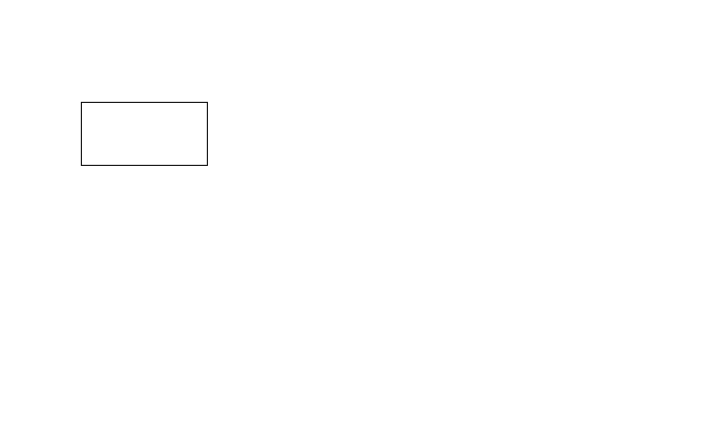
Before: vsearch.drawio in johnsondeng/drawio, a draw.io diagram. Source tidied: cells renumbered, new cells numbered last; positions are measured from the earlier drawing's top-left corner, leaving out a move shared by most shapes. Both pictures are drawn from the tidied source at 105%, with x=0, y=0 at pixel (81, 102).
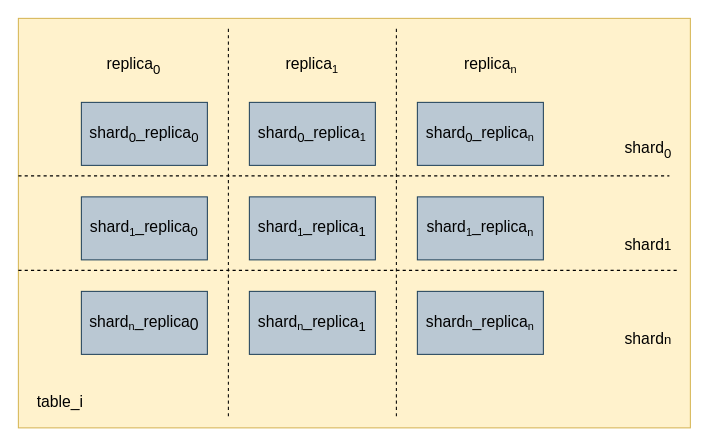
The same page after the edit.

What changed in the source:
```diff
@@
+    <mxCell id="3" style="rounded=0;whiteSpace=wrap;html=1;fillColor=#fff2cc;strokeColor=#d6b656;" parent="1" vertex="1">
+      <mxGeometry x="-60" y="-80" width="640" height="390" as="geometry" />
+    </mxCell>
-    <mxCell id="2" style="rounded=0;whiteSpace=wrap;html=1;" parent="1" vertex="1">
+    <mxCell id="2" value="&lt;font style=&quot;font-size: 15px&quot;&gt;shard&lt;sub&gt;0&lt;/sub&gt;_replica&lt;sub&gt;0&lt;/sub&gt;&lt;/font&gt;" style="rounded=0;whiteSpace=wrap;html=1;fillColor=#bac8d3;strokeColor=#23445d;" parent="1" vertex="1">
       <mxGeometry width="120" height="60" as="geometry" />
     </mxCell>
+    <mxCell id="4" value="&lt;font style=&quot;font-size: 15px&quot;&gt;shard&lt;/font&gt;&lt;font&gt;&lt;span style=&quot;font-size: 12.5px&quot;&gt;&lt;sub&gt;1&lt;/sub&gt;&lt;/span&gt;&lt;span style=&quot;font-size: 15px&quot;&gt;_replica&lt;/span&gt;&lt;span style=&quot;font-size: 15px&quot;&gt;&lt;sub&gt;0&lt;/sub&gt;&lt;/span&gt;&lt;/font&gt;" style="rounded=0;whiteSpace=wrap;html=1;fillColor=#bac8d3;strokeColor=#23445d;" parent="1" vertex="1">
+      <mxGeometry y="90" width="120" height="60" as="geometry" />
+    </mxCell>
+    <mxCell id="5" value="&lt;font style=&quot;font-size: 15px&quot;&gt;shard&lt;/font&gt;&lt;font style=&quot;font-size: 12.5px&quot;&gt;&lt;sub&gt;n&lt;/sub&gt;&lt;/font&gt;&lt;font&gt;&lt;span style=&quot;font-size: 15px&quot;&gt;_replica&lt;/span&gt;&lt;sub style=&quot;font-size: 15px&quot;&gt;0&lt;/sub&gt;&lt;/font&gt;" style="rounded=0;whiteSpace=wrap;html=1;fillColor=#bac8d3;strokeColor=#23445d;" parent="1" vertex="1">
+      <mxGeometry y="180" width="120" height="60" as="geometry" />
+    </mxCell>
+    <mxCell id="6" value="&lt;font style=&quot;font-size: 15px&quot;&gt;shard&lt;sub&gt;0&lt;/sub&gt;_replica&lt;/font&gt;&lt;font style=&quot;font-size: 12.5px&quot;&gt;&lt;sub&gt;1&lt;/sub&gt;&lt;/font&gt;" style="rounded=0;whiteSpace=wrap;html=1;fillColor=#bac8d3;strokeColor=#23445d;" parent="1" vertex="1">
+      <mxGeometry x="160" width="120" height="60" as="geometry" />
+    </mxCell>
+    <mxCell id="7" value="&lt;font style=&quot;font-size: 15px&quot;&gt;shard&lt;/font&gt;&lt;font style=&quot;font-size: 12.5px&quot;&gt;&lt;sub&gt;1&lt;/sub&gt;&lt;/font&gt;&lt;font&gt;&lt;span style=&quot;font-size: 15px&quot;&gt;_replica&lt;sub&gt;1&lt;/sub&gt;&lt;/span&gt;&lt;/font&gt;" style="rounded=0;whiteSpace=wrap;html=1;fillColor=#bac8d3;strokeColor=#23445d;" parent="1" vertex="1">
+      <mxGeometry x="160" y="90" width="120" height="60" as="geometry" />
+    </mxCell>
+    <mxCell id="8" value="&lt;font style=&quot;font-size: 15px&quot;&gt;shard&lt;/font&gt;&lt;font&gt;&lt;span style=&quot;font-size: 12.5px&quot;&gt;&lt;sub&gt;n&lt;/sub&gt;&lt;/span&gt;&lt;span style=&quot;font-size: 15px&quot;&gt;_replica&lt;sub&gt;1&lt;/sub&gt;&lt;/span&gt;&lt;/font&gt;" style="rounded=0;whiteSpace=wrap;html=1;fillColor=#bac8d3;strokeColor=#23445d;" parent="1" vertex="1">
+      <mxGeometry x="160" y="180" width="120" height="60" as="geometry" />
+    </mxCell>
+    <mxCell id="9" value="&lt;font style=&quot;font-size: 15px&quot;&gt;shard&lt;sub&gt;0&lt;/sub&gt;_replica&lt;/font&gt;&lt;font style=&quot;font-size: 12.5px&quot;&gt;&lt;sub&gt;n&lt;/sub&gt;&lt;/font&gt;" style="rounded=0;whiteSpace=wrap;html=1;fillColor=#bac8d3;strokeColor=#23445d;" parent="1" vertex="1">
+      <mxGeometry x="320" width="120" height="60" as="geometry" />
+    </mxCell>
+    <mxCell id="10" value="&lt;font style=&quot;font-size: 15px&quot;&gt;shard&lt;/font&gt;&lt;font&gt;&lt;span style=&quot;font-size: 12.5px&quot;&gt;&lt;sub&gt;1&lt;/sub&gt;&lt;/span&gt;&lt;span style=&quot;font-size: 15px&quot;&gt;_replica&lt;/span&gt;&lt;span style=&quot;font-size: 12.5px&quot;&gt;&lt;sub&gt;n&lt;/sub&gt;&lt;/span&gt;&lt;/font&gt;" style="rounded=0;whiteSpace=wrap;html=1;fillColor=#bac8d3;strokeColor=#23445d;" parent="1" vertex="1">
+      <mxGeometry x="320" y="90" width="120" height="60" as="geometry" />
+    </mxCell>
+    <mxCell id="11" value="&lt;font style=&quot;font-size: 15px&quot;&gt;shard&lt;/font&gt;&lt;font&gt;&lt;span style=&quot;font-size: 12.5px&quot;&gt;n&lt;/span&gt;&lt;span style=&quot;font-size: 15px&quot;&gt;_replica&lt;/span&gt;&lt;span style=&quot;font-size: 12.5px&quot;&gt;&lt;sub&gt;n&lt;/sub&gt;&lt;/span&gt;&lt;/font&gt;" style="rounded=0;whiteSpace=wrap;html=1;fillColor=#bac8d3;strokeColor=#23445d;" parent="1" vertex="1">
+      <mxGeometry x="320" y="180" width="120" height="60" as="geometry" />
+    </mxCell>
+    <mxCell id="12" style="endArrow=none;dashed=1;html=1;rounded=0;fontSize=15;" parent="1" edge="1">
+      <mxGeometry relative="1" as="geometry">
+        <mxPoint x="-60" y="70" as="sourcePoint" />
+        <mxPoint x="560" y="70" as="targetPoint" />
+      </mxGeometry>
+    </mxCell>
+    <mxCell id="13" style="endArrow=none;dashed=1;html=1;rounded=0;fontSize=15;" parent="1" edge="1">
+      <mxGeometry relative="1" as="geometry">
+        <mxPoint x="-60" y="160" as="sourcePoint" />
+        <mxPoint x="570" y="160" as="targetPoint" />
+      </mxGeometry>
+    </mxCell>
+    <mxCell id="14" style="endArrow=none;dashed=1;html=1;rounded=0;fontSize=15;" parent="1" edge="1">
+      <mxGeometry relative="1" as="geometry">
+        <mxPoint x="140" y="-70" as="sourcePoint" />
+        <mxPoint x="140" y="300" as="targetPoint" />
+      </mxGeometry>
+    </mxCell>
+    <mxCell id="15" style="endArrow=none;dashed=1;html=1;rounded=0;fontSize=15;" parent="1" edge="1">
+      <mxGeometry relative="1" as="geometry">
+        <mxPoint x="300" y="-70" as="sourcePoint" />
+        <mxPoint x="300" y="300" as="targetPoint" />
+      </mxGeometry>
+    </mxCell>
+    <mxCell id="16" value="shard&lt;sub&gt;0&lt;/sub&gt;" style="text;html=1;strokeColor=none;fillColor=none;align=center;verticalAlign=middle;whiteSpace=wrap;rounded=0;fontSize=15;" parent="1" vertex="1">
+      <mxGeometry x="510" y="30" width="60" height="30" as="geometry" />
+    </mxCell>
+    <mxCell id="17" value="shard&lt;span style=&quot;font-size: 12.5px&quot;&gt;1&lt;/span&gt;" style="text;html=1;strokeColor=none;fillColor=none;align=center;verticalAlign=middle;whiteSpace=wrap;rounded=0;fontSize=15;" parent="1" vertex="1">
+      <mxGeometry x="510" y="120" width="60" height="30" as="geometry" />
+    </mxCell>
+    <mxCell id="18" value="shard&lt;span style=&quot;font-size: 12.5px&quot;&gt;n&lt;/span&gt;" style="text;html=1;strokeColor=none;fillColor=none;align=center;verticalAlign=middle;whiteSpace=wrap;rounded=0;fontSize=15;" parent="1" vertex="1">
+      <mxGeometry x="510" y="210" width="60" height="30" as="geometry" />
+    </mxCell>
+    <mxCell id="19" value="&lt;span style=&quot;font-size: 15px&quot;&gt;replica&lt;/span&gt;&lt;sub&gt;0&lt;/sub&gt;" style="text;html=1;strokeColor=none;fillColor=none;align=center;verticalAlign=middle;whiteSpace=wrap;rounded=0;fontSize=15;" parent="1" vertex="1">
+      <mxGeometry x="20" y="-50" width="60" height="30" as="geometry" />
+    </mxCell>
+    <mxCell id="20" value="&lt;span style=&quot;font-size: 15px&quot;&gt;replica&lt;/span&gt;&lt;span style=&quot;font-size: 12.5px&quot;&gt;&lt;sub&gt;1&lt;/sub&gt;&lt;/span&gt;" style="text;html=1;strokeColor=none;fillColor=none;align=center;verticalAlign=middle;whiteSpace=wrap;rounded=0;fontSize=15;" parent="1" vertex="1">
+      <mxGeometry x="190" y="-50" width="60" height="30" as="geometry" />
+    </mxCell>
+    <mxCell id="21" value="&lt;span style=&quot;font-size: 15px&quot;&gt;replica&lt;/span&gt;&lt;span style=&quot;font-size: 12.5px&quot;&gt;&lt;sub&gt;n&lt;/sub&gt;&lt;/span&gt;" style="text;html=1;strokeColor=none;fillColor=none;align=center;verticalAlign=middle;whiteSpace=wrap;rounded=0;fontSize=15;" parent="1" vertex="1">
+      <mxGeometry x="360" y="-50" width="60" height="30" as="geometry" />
+    </mxCell>
+    <mxCell id="22" value="table_i" style="text;html=1;strokeColor=none;fillColor=none;align=center;verticalAlign=middle;whiteSpace=wrap;rounded=0;fontSize=15;" parent="1" vertex="1">
+      <mxGeometry x="-50" y="270" width="60" height="30" as="geometry" />
+    </mxCell>
```
